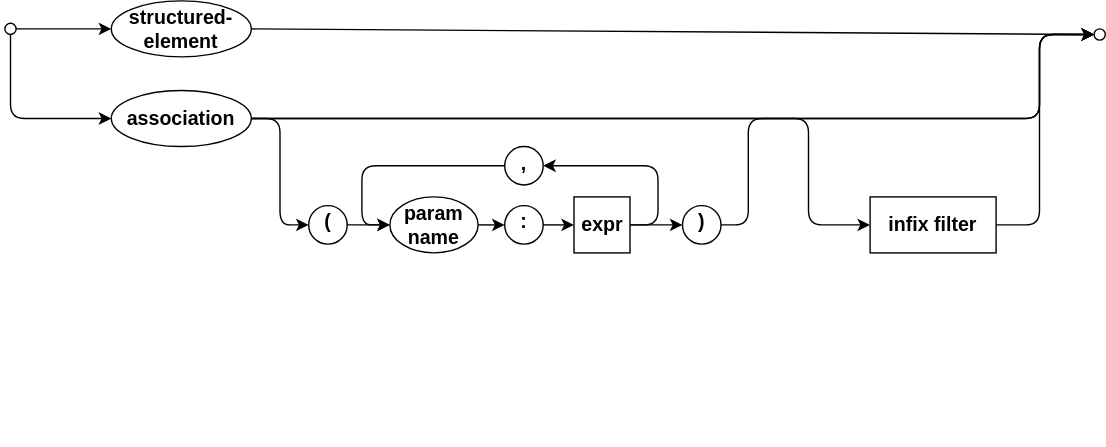
Before: assets/cxl/path-segment.drawio.svg, a diagram exported from draw.io (capire/docs). Source tidied: cells renumbered, new cells last; positions are measured from the earlier drawing's top-left corner, leaving out a move shared by most shapes.
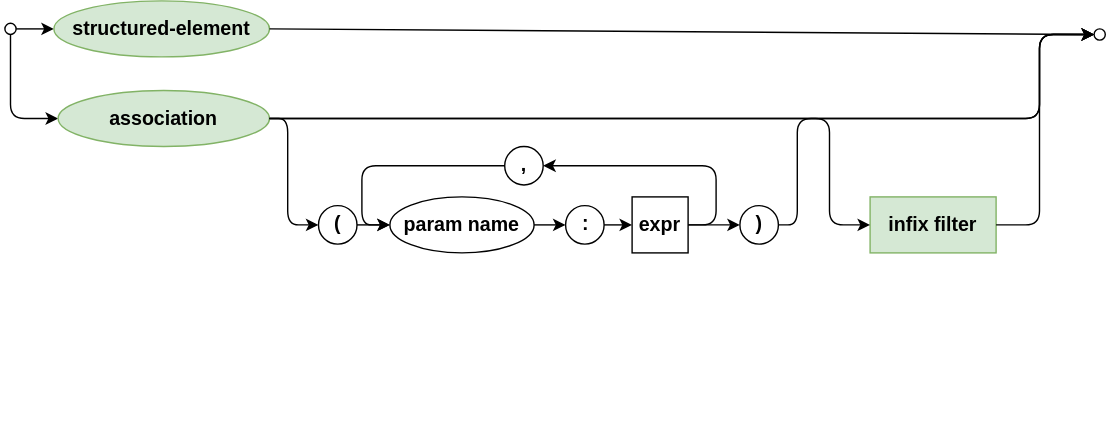
After the commit.

Change to the diagram source:
```diff
@@ -18,11 +18,11 @@
         </Array>
       </mxGeometry>
     </mxCell>
-    <mxCell id="6" value="&lt;span style=&quot;color: rgb(0, 0, 0);&quot;&gt;structured-element&lt;/span&gt;" style="ellipse;whiteSpace=wrap;html=1;align=center;newEdgeStyle={&quot;edgeStyle&quot;:&quot;entityRelationEdgeStyle&quot;,&quot;startArrow&quot;:&quot;none&quot;,&quot;endArrow&quot;:&quot;none&quot;,&quot;segment&quot;:10,&quot;curved&quot;:1,&quot;sourcePerimeterSpacing&quot;:0,&quot;targetPerimeterSpacing&quot;:0};fontStyle=1;verticalAlign=middle;fontSize=14;textDirection=ltr;strokeWidth=1;" parent="1" vertex="1">
-      <mxGeometry x="76" width="100" height="40" as="geometry" />
+    <mxCell id="6" value="&lt;span style=&quot;color: rgb(0, 0, 0);&quot;&gt;structured-element&lt;/span&gt;" style="ellipse;whiteSpace=wrap;html=1;align=center;newEdgeStyle={&quot;edgeStyle&quot;:&quot;entityRelationEdgeStyle&quot;,&quot;startArrow&quot;:&quot;none&quot;,&quot;endArrow&quot;:&quot;none&quot;,&quot;segment&quot;:10,&quot;curved&quot;:1,&quot;sourcePerimeterSpacing&quot;:0,&quot;targetPerimeterSpacing&quot;:0};fontStyle=1;verticalAlign=middle;fontSize=14;textDirection=ltr;strokeWidth=1;fillColor=#d5e8d4;strokeColor=#82b366;" parent="1" vertex="1">
+      <mxGeometry x="35" width="154" height="40" as="geometry" />
     </mxCell>
-    <mxCell id="7" value="association" style="ellipse;whiteSpace=wrap;html=1;align=center;newEdgeStyle={&quot;edgeStyle&quot;:&quot;entityRelationEdgeStyle&quot;,&quot;startArrow&quot;:&quot;none&quot;,&quot;endArrow&quot;:&quot;none&quot;,&quot;segment&quot;:10,&quot;curved&quot;:1,&quot;sourcePerimeterSpacing&quot;:0,&quot;targetPerimeterSpacing&quot;:0};fontStyle=1;verticalAlign=middle;fontSize=14;textDirection=ltr;strokeWidth=1;" parent="1" vertex="1">
-      <mxGeometry x="76" y="64" width="100" height="40" as="geometry" />
+    <mxCell id="7" value="association" style="ellipse;whiteSpace=wrap;html=1;align=center;newEdgeStyle={&quot;edgeStyle&quot;:&quot;entityRelationEdgeStyle&quot;,&quot;startArrow&quot;:&quot;none&quot;,&quot;endArrow&quot;:&quot;none&quot;,&quot;segment&quot;:10,&quot;curved&quot;:1,&quot;sourcePerimeterSpacing&quot;:0,&quot;targetPerimeterSpacing&quot;:0};fontStyle=1;verticalAlign=middle;fontSize=14;textDirection=ltr;strokeWidth=1;fillColor=#d5e8d4;strokeColor=#82b366;" parent="1" vertex="1">
+      <mxGeometry x="38" y="64" width="151" height="40" as="geometry" />
     </mxCell>
     <mxCell id="8" style="ellipse;whiteSpace=wrap;html=1;fontStyle=1;verticalAlign=middle;fontSize=14;textDirection=ltr;strokeWidth=1;" parent="1" vertex="1">
       <mxGeometry x="778" y="20" width="8" height="8" as="geometry" />
@@ -30,20 +30,20 @@
     <mxCell id="9" style="edgeStyle=none;html=1;exitX=1;exitY=0.5;exitDx=0;exitDy=0;entryX=0;entryY=0.5;entryDx=0;entryDy=0;fontStyle=1;verticalAlign=middle;fontSize=14;textDirection=ltr;strokeWidth=1;" parent="1" edge="1" source="6" target="8">
       <mxGeometry relative="1" as="geometry" />
     </mxCell>
-    <mxCell id="10" value="infix filter" style="rounded=0;whiteSpace=wrap;html=1;strokeWidth=1;arcSize=37;fontStyle=1;verticalAlign=middle;fontSize=14;textDirection=ltr;" parent="1" vertex="1">
+    <mxCell id="10" value="infix filter" style="rounded=0;whiteSpace=wrap;html=1;strokeWidth=1;arcSize=37;fontStyle=1;verticalAlign=middle;fontSize=14;textDirection=ltr;fillColor=#d5e8d4;strokeColor=#82b366;" parent="1" vertex="1">
       <mxGeometry x="618" y="140" width="90" height="40" as="geometry" />
     </mxCell>
     <mxCell id="11" value="param name" style="ellipse;align=center;newEdgeStyle={&quot;edgeStyle&quot;:&quot;entityRelationEdgeStyle&quot;,&quot;startArrow&quot;:&quot;none&quot;,&quot;endArrow&quot;:&quot;none&quot;,&quot;segment&quot;:10,&quot;curved&quot;:1,&quot;sourcePerimeterSpacing&quot;:0,&quot;targetPerimeterSpacing&quot;:0};textDirection=ltr;verticalAlign=middle;spacing=2;strokeWidth=1;fontSize=14;fontStyle=1;horizontal=1;whiteSpace=wrap;html=1;labelBorderColor=none;textShadow=0;" parent="1" vertex="1">
-      <mxGeometry x="275" y="140" width="63" height="40" as="geometry" />
+      <mxGeometry x="275" y="140" width="103" height="40" as="geometry" />
     </mxCell>
-    <mxCell id="12" value=":" style="ellipse;verticalAlign=middle;spacingBottom=4;textDirection=ltr;spacing=2;strokeWidth=1;fontSize=14;fontStyle=1;horizontal=1;whiteSpace=wrap;html=1;labelBorderColor=none;textShadow=0;" parent="1" vertex="1">
-      <mxGeometry x="357" y="146.2" width="27.5" height="27.5" as="geometry" />
+    <mxCell id="12" value=":" style="ellipse;verticalAlign=top;spacingBottom=4;textDirection=ltr;spacing=0;strokeWidth=1;fontSize=14;fontStyle=1;horizontal=1;whiteSpace=wrap;html=1;labelBorderColor=none;textShadow=0;" parent="1" vertex="1">
+      <mxGeometry x="400.5" y="146.2" width="27.5" height="27.5" as="geometry" />
     </mxCell>
     <mxCell id="13" style="edgeStyle=none;html=1;" parent="1" edge="1" source="14" target="21">
       <mxGeometry relative="1" as="geometry" />
     </mxCell>
     <mxCell id="14" value="expr" style="rounded=0;strokeWidth=1;arcSize=37;textDirection=ltr;verticalAlign=middle;spacing=2;fontSize=14;fontStyle=1;horizontal=1;whiteSpace=wrap;html=1;labelBorderColor=none;textShadow=0;strokeColor=default;align=center;fontFamily=Helvetica;fontColor=default;fillColor=default;" parent="1" vertex="1">
-      <mxGeometry x="406.5" y="140" width="40" height="40" as="geometry" />
+      <mxGeometry x="448" y="140" width="40" height="40" as="geometry" />
     </mxCell>
     <mxCell id="15" style="edgeStyle=orthogonalEdgeStyle;rounded=1;jettySize=auto;html=1;exitX=1;exitY=0.5;exitDx=0;exitDy=0;entryX=0;entryY=0.5;entryDx=0;entryDy=0;startArrow=none;startFill=0;endArrow=classic;endFill=1;startSize=6;endSize=6;align=center;fontSize=12;labelBackgroundColor=none;" parent="1" edge="1" source="11" target="12">
       <mxGeometry relative="1" as="geometry" />
@@ -51,7 +51,7 @@
     <mxCell id="16" style="edgeStyle=orthogonalEdgeStyle;rounded=1;jettySize=auto;html=1;exitX=1;exitY=0.5;exitDx=0;exitDy=0;entryX=0;entryY=0.5;entryDx=0;entryDy=0;startArrow=none;startFill=0;endArrow=classic;endFill=1;startSize=6;endSize=6;align=center;fontSize=12;labelBackgroundColor=none;" parent="1" edge="1" source="12" target="14">
       <mxGeometry relative="1" as="geometry" />
     </mxCell>
-    <mxCell id="17" value="," style="ellipse;verticalAlign=middle;spacingBottom=4;textDirection=ltr;spacing=2;strokeWidth=1;fontSize=14;fontStyle=1;horizontal=1;whiteSpace=wrap;html=1;labelBorderColor=none;textShadow=0;" parent="1" vertex="1">
+    <mxCell id="17" value="," style="ellipse;verticalAlign=top;spacingBottom=4;textDirection=ltr;spacing=0;strokeWidth=1;fontSize=14;fontStyle=1;horizontal=1;whiteSpace=wrap;html=1;labelBorderColor=none;textShadow=0;" parent="1" vertex="1">
       <mxGeometry x="357" y="104" width="27.5" height="27.5" as="geometry" />
     </mxCell>
     <mxCell id="18" style="edgeStyle=orthogonalEdgeStyle;rounded=1;jettySize=auto;html=1;exitX=1;exitY=0.5;exitDx=0;exitDy=0;entryX=0;entryY=0.5;entryDx=0;entryDy=0;startArrow=none;startFill=0;endArrow=classic;endFill=1;startSize=6;endSize=6;align=center;fontSize=12;labelBackgroundColor=none;" parent="1" edge="1" source="10" target="8">
@@ -65,17 +65,22 @@
     <mxCell id="19" style="edgeStyle=none;html=1;entryX=0;entryY=0.5;entryDx=0;entryDy=0;" parent="1" edge="1" source="20" target="11">
       <mxGeometry relative="1" as="geometry" />
     </mxCell>
-    <mxCell id="20" value="(" style="ellipse;verticalAlign=middle;spacingBottom=4;textDirection=ltr;spacing=2;strokeWidth=1;fontSize=14;fontStyle=1;horizontal=1;whiteSpace=wrap;html=1;labelBorderColor=none;textShadow=0;" parent="1" vertex="1">
-      <mxGeometry x="217" y="146.2" width="27.5" height="27.5" as="geometry" />
+    <mxCell id="20" value="(" style="ellipse;verticalAlign=top;spacingBottom=4;textDirection=ltr;spacing=0;strokeWidth=1;fontSize=14;fontStyle=1;horizontal=1;whiteSpace=wrap;html=1;labelBorderColor=none;textShadow=0;" parent="1" vertex="1">
+      <mxGeometry x="224" y="146.2" width="27.5" height="27.5" as="geometry" />
     </mxCell>
-    <mxCell id="21" value=")" style="ellipse;verticalAlign=middle;spacingBottom=4;textDirection=ltr;spacing=2;strokeWidth=1;fontSize=14;fontStyle=1;horizontal=1;whiteSpace=wrap;html=1;labelBorderColor=none;textShadow=0;" parent="1" vertex="1">
-      <mxGeometry x="484" y="146.2" width="27.5" height="27.5" as="geometry" />
+    <mxCell id="21" value=")" style="ellipse;verticalAlign=top;spacingBottom=4;textDirection=ltr;spacing=0;strokeWidth=1;fontSize=14;fontStyle=1;horizontal=1;whiteSpace=wrap;html=1;labelBorderColor=none;textShadow=0;" parent="1" vertex="1">
+      <mxGeometry x="525" y="146.2" width="27.5" height="27.5" as="geometry" />
     </mxCell>
     <mxCell id="22" style="edgeStyle=orthogonalEdgeStyle;rounded=1;jettySize=auto;html=1;exitX=0;exitY=0.5;exitDx=0;exitDy=0;entryX=0;entryY=0.5;entryDx=0;entryDy=0;startArrow=none;startFill=0;endArrow=classic;endFill=1;startSize=6;endSize=6;align=center;fontSize=12;labelBackgroundColor=none;" parent="1" edge="1" source="17" target="11">
       <mxGeometry relative="1" as="geometry" />
     </mxCell>
     <mxCell id="23" style="edgeStyle=orthogonalEdgeStyle;rounded=1;jettySize=auto;html=1;exitX=1;exitY=0.5;exitDx=0;exitDy=0;entryX=0;entryY=0.5;entryDx=0;entryDy=0;startArrow=none;startFill=0;endArrow=classic;endFill=1;startSize=6;endSize=6;align=center;fontSize=12;labelBackgroundColor=none;" parent="1" edge="1" source="7" target="20">
-      <mxGeometry relative="1" as="geometry" />
+      <mxGeometry relative="1" as="geometry">
+        <Array as="points">
+          <mxPoint x="202" y="84" />
+          <mxPoint x="202" y="160" />
+        </Array>
+      </mxGeometry>
     </mxCell>
     <mxCell id="24" style="edgeStyle=orthogonalEdgeStyle;rounded=1;jettySize=auto;html=1;exitX=1;exitY=0.5;exitDx=0;exitDy=0;entryX=1;entryY=0.5;entryDx=0;entryDy=0;startArrow=none;startFill=0;endArrow=classic;endFill=1;startSize=6;endSize=6;align=center;fontSize=12;labelBackgroundColor=none;" parent="1" edge="1" source="14" target="17">
       <mxGeometry relative="1" as="geometry" />
@@ -91,8 +96,8 @@
     <mxCell id="26" style="edgeStyle=orthogonalEdgeStyle;rounded=1;jettySize=auto;html=1;exitX=1;exitY=0.5;exitDx=0;exitDy=0;entryX=0;entryY=0.5;entryDx=0;entryDy=0;startArrow=none;startFill=0;endArrow=classic;endFill=1;startSize=6;endSize=6;align=center;fontSize=12;labelBackgroundColor=none;" parent="1" edge="1" source="21" target="8">
       <mxGeometry relative="1" as="geometry">
         <Array as="points">
-          <mxPoint x="531" y="160" />
-          <mxPoint x="531" y="84" />
+          <mxPoint x="566" y="160" />
+          <mxPoint x="566" y="84" />
           <mxPoint x="739" y="84" />
           <mxPoint x="739" y="24" />
         </Array>
@@ -101,8 +106,8 @@
     <mxCell id="27" style="edgeStyle=orthogonalEdgeStyle;rounded=1;jettySize=auto;html=1;exitX=1;exitY=0.5;exitDx=0;exitDy=0;entryX=0;entryY=0.5;entryDx=0;entryDy=0;startArrow=none;startFill=0;endArrow=classic;endFill=1;startSize=6;endSize=6;align=center;fontSize=12;labelBackgroundColor=none;" parent="1" edge="1" source="7" target="10">
       <mxGeometry relative="1" as="geometry">
         <Array as="points">
-          <mxPoint x="574" y="84" />
-          <mxPoint x="574" y="160" />
+          <mxPoint x="589" y="84" />
+          <mxPoint x="589" y="160" />
         </Array>
       </mxGeometry>
     </mxCell>
```
